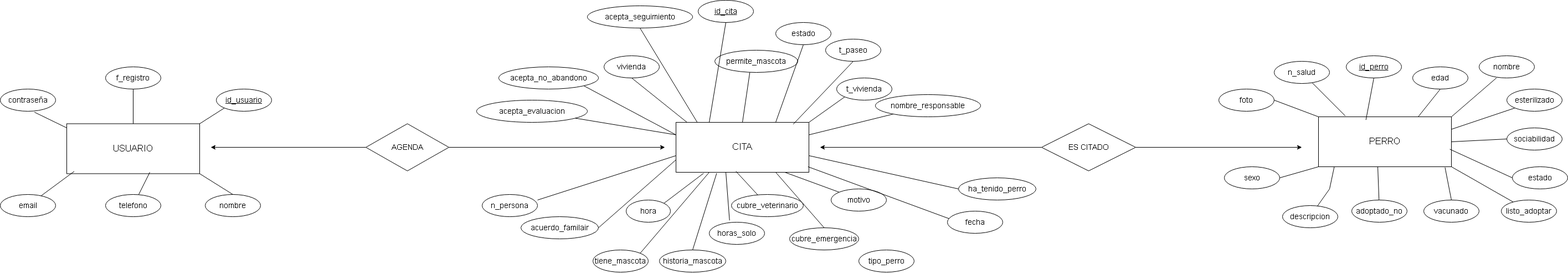
This is docs/Modelo ER.drawio.png from Jota202010/Pet-adoption-project-PDA-, a draw.io export, as it was before one commit. Source tidied: cells renumbered, new cells last; positions are measured from the earlier drawing's top-left corner, leaving out a move shared by most shapes. Source of this version:
```xml
<mxGraphModel>
  <root>
    <mxCell id="0" />
    <mxCell id="1" parent="0" />
    <mxCell id="2" value="id_usuario" style="ellipse;whiteSpace=wrap;html=1;align=center;fontStyle=4;fontSize=14;" parent="1" vertex="1">
      <mxGeometry x="390" y="160" width="100" height="40" as="geometry" />
    </mxCell>
    <mxCell id="3" value="email" style="ellipse;whiteSpace=wrap;html=1;align=center;fontSize=14;" parent="1" vertex="1">
      <mxGeometry y="350" width="100" height="40" as="geometry" />
    </mxCell>
    <mxCell id="4" value="contraseña" style="ellipse;whiteSpace=wrap;html=1;align=center;fontSize=14;" parent="1" vertex="1">
      <mxGeometry y="160" width="100" height="40" as="geometry" />
    </mxCell>
    <mxCell id="5" value="f_registro" style="ellipse;whiteSpace=wrap;html=1;align=center;fontSize=14;" parent="1" vertex="1">
      <mxGeometry x="190" y="120" width="100" height="40" as="geometry" />
    </mxCell>
    <mxCell id="6" value="telefono" style="ellipse;whiteSpace=wrap;html=1;align=center;fontSize=14;" parent="1" vertex="1">
      <mxGeometry x="190" y="350" width="100" height="40" as="geometry" />
    </mxCell>
    <mxCell id="7" value="nombre" style="ellipse;whiteSpace=wrap;html=1;align=center;fontSize=14;" parent="1" vertex="1">
      <mxGeometry x="370" y="350" width="100" height="40" as="geometry" />
    </mxCell>
    <mxCell id="8" value="CITA" style="rounded=0;whiteSpace=wrap;html=1;fontSize=17;" parent="1" vertex="1">
      <mxGeometry x="1220" y="220" width="240" height="90" as="geometry" />
    </mxCell>
    <mxCell id="9" value="id_cita" style="ellipse;whiteSpace=wrap;html=1;align=center;fontStyle=4;fontSize=14;" parent="1" vertex="1">
      <mxGeometry x="1260" width="100" height="40" as="geometry" />
    </mxCell>
    <mxCell id="10" value="acepta_seguimiento" style="ellipse;whiteSpace=wrap;html=1;align=center;fontSize=14;" parent="1" vertex="1">
      <mxGeometry x="1060" y="10" width="190" height="40" as="geometry" />
    </mxCell>
    <mxCell id="11" value="motivo" style="ellipse;whiteSpace=wrap;html=1;align=center;fontSize=14;" parent="1" vertex="1">
      <mxGeometry x="1500" y="340" width="100" height="40" as="geometry" />
    </mxCell>
    <mxCell id="12" value="n_persona" style="ellipse;whiteSpace=wrap;html=1;align=center;fontSize=14;" parent="1" vertex="1">
      <mxGeometry x="870" y="350" width="100" height="40" as="geometry" />
    </mxCell>
    <mxCell id="13" value="historia_mascota" style="ellipse;whiteSpace=wrap;html=1;align=center;fontSize=14;" parent="1" vertex="1">
      <mxGeometry x="1190" y="450" width="120" height="40" as="geometry" />
    </mxCell>
    <mxCell id="14" value="tiene_mascota" style="ellipse;whiteSpace=wrap;html=1;align=center;fontSize=14;" parent="1" vertex="1">
      <mxGeometry x="1070" y="450" width="100" height="40" as="geometry" />
    </mxCell>
    <mxCell id="15" value="tipo_perro" style="ellipse;whiteSpace=wrap;html=1;align=center;fontSize=14;" parent="1" vertex="1">
      <mxGeometry x="1550" y="450" width="100" height="40" as="geometry" />
    </mxCell>
    <mxCell id="16" value="cubre_veterinario" style="ellipse;whiteSpace=wrap;html=1;align=center;fontSize=14;" parent="1" vertex="1">
      <mxGeometry x="1320" y="350" width="130" height="40" as="geometry" />
    </mxCell>
    <mxCell id="17" value="acuerdo_familair" style="ellipse;whiteSpace=wrap;html=1;align=center;fontSize=14;" parent="1" vertex="1">
      <mxGeometry x="940" y="390" width="140" height="40" as="geometry" />
    </mxCell>
    <mxCell id="18" value="vivienda" style="ellipse;whiteSpace=wrap;html=1;align=center;fontSize=14;" parent="1" vertex="1">
      <mxGeometry x="1090" y="100" width="100" height="40" as="geometry" />
    </mxCell>
    <mxCell id="19" value="t_paseo" style="ellipse;whiteSpace=wrap;html=1;align=center;fontSize=14;" parent="1" vertex="1">
      <mxGeometry x="1490" y="70" width="100" height="40" as="geometry" />
    </mxCell>
    <mxCell id="20" value="nombre_responsable" style="ellipse;whiteSpace=wrap;html=1;align=center;fontSize=14;" parent="1" vertex="1">
      <mxGeometry x="1580" y="170" width="190" height="40" as="geometry" />
    </mxCell>
    <mxCell id="21" value="hora" style="ellipse;whiteSpace=wrap;html=1;align=center;fontSize=14;" parent="1" vertex="1">
      <mxGeometry x="1130" y="360" width="80" height="40" as="geometry" />
    </mxCell>
    <mxCell id="22" value="ha_tenido_perro" style="ellipse;whiteSpace=wrap;html=1;align=center;fontSize=14;" parent="1" vertex="1">
      <mxGeometry x="1730" y="320" width="140" height="40" as="geometry" />
    </mxCell>
    <mxCell id="23" value="cubre_emergencia" style="ellipse;whiteSpace=wrap;html=1;align=center;fontSize=14;" parent="1" vertex="1">
      <mxGeometry x="1425" y="410" width="125" height="40" as="geometry" />
    </mxCell>
    <mxCell id="24" value="acepta_evaluacion" style="ellipse;whiteSpace=wrap;html=1;align=center;fontSize=14;" parent="1" vertex="1">
      <mxGeometry x="860" y="180" width="200" height="40" as="geometry" />
    </mxCell>
    <mxCell id="25" value="horas_solo" style="ellipse;whiteSpace=wrap;html=1;align=center;fontSize=14;" parent="1" vertex="1">
      <mxGeometry x="1280" y="400" width="100" height="40" as="geometry" />
    </mxCell>
    <mxCell id="26" value="estado" style="ellipse;whiteSpace=wrap;html=1;align=center;fontSize=14;" parent="1" vertex="1">
      <mxGeometry x="1400" y="40" width="100" height="40" as="geometry" />
    </mxCell>
    <mxCell id="27" value="permite_mascota" style="ellipse;whiteSpace=wrap;html=1;align=center;fontSize=14;" parent="1" vertex="1">
      <mxGeometry x="1290" y="90" width="150" height="40" as="geometry" />
    </mxCell>
    <mxCell id="28" value="t_vivienda" style="ellipse;whiteSpace=wrap;html=1;align=center;fontSize=14;" parent="1" vertex="1">
      <mxGeometry x="1510" y="140" width="100" height="40" as="geometry" />
    </mxCell>
    <mxCell id="29" value="acepta_no_abandono" style="ellipse;whiteSpace=wrap;html=1;align=center;fontSize=14;" parent="1" vertex="1">
      <mxGeometry x="900" y="120" width="180" height="40" as="geometry" />
    </mxCell>
    <mxCell id="30" style="endArrow=none;html=1;rounded=0;exitX=0;exitY=0.25;exitDx=0;exitDy=0;" parent="1" edge="1" source="8" target="24">
      <mxGeometry relative="1" as="geometry" />
    </mxCell>
    <mxCell id="31" style="endArrow=none;html=1;rounded=0;exitX=0;exitY=0;exitDx=0;exitDy=0;entryX=0.819;entryY=1;entryDx=0;entryDy=0;entryPerimeter=0;" parent="1" edge="1" source="11" target="8">
      <mxGeometry relative="1" as="geometry" />
    </mxCell>
    <mxCell id="32" style="endArrow=none;html=1;rounded=0;exitX=0.5;exitY=0;exitDx=0;exitDy=0;entryX=0.422;entryY=1;entryDx=0;entryDy=0;entryPerimeter=0;" parent="1" edge="1" source="8" target="27">
      <mxGeometry relative="1" as="geometry" />
    </mxCell>
    <mxCell id="33" style="endArrow=none;html=1;rounded=0;entryX=0.5;entryY=1;entryDx=0;entryDy=0;exitX=0.083;exitY=0;exitDx=0;exitDy=0;exitPerimeter=0;" parent="1" edge="1" source="8" target="18">
      <mxGeometry relative="1" as="geometry" />
    </mxCell>
    <mxCell id="34" style="endArrow=none;html=1;rounded=0;entryX=1;entryY=0.5;entryDx=0;entryDy=0;exitX=0;exitY=0.75;exitDx=0;exitDy=0;" parent="1" edge="1" source="8" target="17">
      <mxGeometry relative="1" as="geometry" />
    </mxCell>
    <mxCell id="35" style="endArrow=none;html=1;rounded=0;entryX=0.208;entryY=1.019;entryDx=0;entryDy=0;entryPerimeter=0;exitX=1;exitY=0;exitDx=0;exitDy=0;" parent="1" edge="1" source="21" target="8">
      <mxGeometry relative="1" as="geometry" />
    </mxCell>
    <mxCell id="36" style="endArrow=none;html=1;rounded=0;entryX=1;entryY=0.25;entryDx=0;entryDy=0;" parent="1" edge="1" source="20" target="8">
      <mxGeometry relative="1" as="geometry" />
    </mxCell>
    <mxCell id="37" style="endArrow=none;html=1;rounded=0;entryX=0.451;entryY=0.981;entryDx=0;entryDy=0;entryPerimeter=0;" parent="1" edge="1" source="16" target="8">
      <mxGeometry relative="1" as="geometry" />
    </mxCell>
    <mxCell id="38" style="endArrow=none;html=1;rounded=0;entryX=0.25;entryY=0;entryDx=0;entryDy=0;exitX=0.5;exitY=1;exitDx=0;exitDy=0;" parent="1" edge="1" source="9" target="8">
      <mxGeometry relative="1" as="geometry" />
    </mxCell>
    <mxCell id="39" style="endArrow=none;html=1;rounded=0;entryX=0.16;entryY=0;entryDx=0;entryDy=0;entryPerimeter=0;exitX=0.5;exitY=1;exitDx=0;exitDy=0;" parent="1" edge="1" source="10" target="8">
      <mxGeometry relative="1" as="geometry" />
    </mxCell>
    <mxCell id="40" style="endArrow=none;html=1;rounded=0;entryX=0;entryY=1;entryDx=0;entryDy=0;exitX=1;exitY=0;exitDx=0;exitDy=0;" parent="1" edge="1" source="8" target="28">
      <mxGeometry relative="1" as="geometry" />
    </mxCell>
    <mxCell id="41" style="endArrow=none;html=1;rounded=0;exitX=0.882;exitY=0.037;exitDx=0;exitDy=0;exitPerimeter=0;entryX=0.5;entryY=1;entryDx=0;entryDy=0;" parent="1" edge="1" source="8" target="19">
      <mxGeometry relative="1" as="geometry" />
    </mxCell>
    <mxCell id="42" style="endArrow=none;html=1;rounded=0;exitX=0;exitY=0.25;exitDx=0;exitDy=0;entryX=1;entryY=1;entryDx=0;entryDy=0;" parent="1" edge="1" source="8" target="29">
      <mxGeometry relative="1" as="geometry" />
    </mxCell>
    <mxCell id="43" style="endArrow=none;html=1;rounded=0;entryX=0.306;entryY=1.019;entryDx=0;entryDy=0;entryPerimeter=0;exitX=0.5;exitY=0;exitDx=0;exitDy=0;" parent="1" edge="1" source="13" target="8">
      <mxGeometry relative="1" as="geometry" />
    </mxCell>
    <mxCell id="44" style="endArrow=none;html=1;rounded=0;entryX=0.25;entryY=1;entryDx=0;entryDy=0;exitX=1;exitY=0;exitDx=0;exitDy=0;" parent="1" edge="1" source="14" target="8">
      <mxGeometry relative="1" as="geometry" />
    </mxCell>
    <mxCell id="45" style="endArrow=none;html=1;rounded=0;entryX=0.75;entryY=1;entryDx=0;entryDy=0;exitX=0.5;exitY=0;exitDx=0;exitDy=0;" parent="1" edge="1" source="23" target="8">
      <mxGeometry relative="1" as="geometry" />
    </mxCell>
    <mxCell id="46" style="endArrow=none;html=1;rounded=0;entryX=0.375;entryY=1;entryDx=0;entryDy=0;entryPerimeter=0;exitX=0.367;exitY=-0.083;exitDx=0;exitDy=0;exitPerimeter=0;" parent="1" edge="1" source="25" target="8">
      <mxGeometry relative="1" as="geometry" />
    </mxCell>
    <mxCell id="47" style="endArrow=none;html=1;rounded=0;exitX=1;exitY=0.25;exitDx=0;exitDy=0;exitPerimeter=0;" parent="1" edge="1" source="12">
      <mxGeometry relative="1" as="geometry">
        <mxPoint x="1220" y="280" as="targetPoint" />
      </mxGeometry>
    </mxCell>
    <mxCell id="48" style="endArrow=none;html=1;rounded=0;exitX=0.75;exitY=0;exitDx=0;exitDy=0;entryX=0.5;entryY=1;entryDx=0;entryDy=0;" parent="1" edge="1" source="8" target="26">
      <mxGeometry relative="1" as="geometry" />
    </mxCell>
    <mxCell id="49" style="endArrow=none;html=1;rounded=0;entryX=0.993;entryY=0.889;entryDx=0;entryDy=0;entryPerimeter=0;exitX=0;exitY=1;exitDx=0;exitDy=0;" parent="1" edge="1" target="8">
      <mxGeometry relative="1" as="geometry">
        <mxPoint x="1714.6" y="394.1" as="sourcePoint" />
      </mxGeometry>
    </mxCell>
    <mxCell id="50" value="fecha" style="ellipse;whiteSpace=wrap;html=1;align=center;fontSize=14;" parent="1" vertex="1">
      <mxGeometry x="1710" y="380" width="100" height="40" as="geometry" />
    </mxCell>
    <mxCell id="51" style="endArrow=none;html=1;rounded=0;entryX=1;entryY=0.75;entryDx=0;entryDy=0;exitX=0;exitY=0.5;exitDx=0;exitDy=0;" parent="1" edge="1" source="22">
      <mxGeometry relative="1" as="geometry">
        <mxPoint x="1460" y="280" as="targetPoint" />
      </mxGeometry>
    </mxCell>
    <mxCell id="52" style="edgeStyle=orthogonalEdgeStyle;rounded=0;jettySize=auto;html=1;" parent="1" edge="1" source="54">
      <mxGeometry relative="1" as="geometry">
        <mxPoint x="1200" y="265" as="targetPoint" />
      </mxGeometry>
    </mxCell>
    <mxCell id="53" style="edgeStyle=orthogonalEdgeStyle;rounded=0;jettySize=auto;html=1;" parent="1" edge="1" source="54">
      <mxGeometry relative="1" as="geometry">
        <mxPoint x="380" y="265" as="targetPoint" />
      </mxGeometry>
    </mxCell>
    <mxCell id="54" value="AGENDA" style="shape=rhombus;perimeter=rhombusPerimeter;whiteSpace=wrap;html=1;align=center;fontSize=14;" parent="1" vertex="1">
      <mxGeometry x="660" y="222.5" width="150" height="85" as="geometry" />
    </mxCell>
    <mxCell id="55" style="edgeStyle=orthogonalEdgeStyle;rounded=0;jettySize=auto;html=1;" parent="1" edge="1" source="57">
      <mxGeometry relative="1" as="geometry">
        <mxPoint x="2350" y="265" as="targetPoint" />
      </mxGeometry>
    </mxCell>
    <mxCell id="56" style="edgeStyle=orthogonalEdgeStyle;rounded=0;jettySize=auto;html=1;" parent="1" edge="1" source="57">
      <mxGeometry relative="1" as="geometry">
        <mxPoint x="1480" y="265" as="targetPoint" />
      </mxGeometry>
    </mxCell>
    <mxCell id="57" value="ES CITADO" style="shape=rhombus;perimeter=rhombusPerimeter;whiteSpace=wrap;html=1;align=center;fontSize=14;" parent="1" vertex="1">
      <mxGeometry x="1880" y="222.5" width="170" height="85" as="geometry" />
    </mxCell>
    <mxCell id="58" value="USUARIO" style="rounded=0;whiteSpace=wrap;html=1;fontSize=17;" parent="1" vertex="1">
      <mxGeometry x="120" y="222.5" width="240" height="90" as="geometry" />
    </mxCell>
    <mxCell id="59" value="PERRO" style="rounded=0;whiteSpace=wrap;html=1;fontSize=17;" parent="1" vertex="1">
      <mxGeometry x="2380" y="210" width="240" height="90" as="geometry" />
    </mxCell>
    <mxCell id="60" style="endArrow=none;html=1;rounded=0;exitX=1;exitY=1;exitDx=0;exitDy=0;entryX=0.5;entryY=0;entryDx=0;entryDy=0;" parent="1" edge="1" source="58" target="7">
      <mxGeometry relative="1" as="geometry" />
    </mxCell>
    <mxCell id="61" style="endArrow=none;html=1;rounded=0;entryX=0.625;entryY=0.972;entryDx=0;entryDy=0;entryPerimeter=0;" parent="1" edge="1" source="6" target="58">
      <mxGeometry relative="1" as="geometry" />
    </mxCell>
    <mxCell id="62" style="endArrow=none;html=1;rounded=0;exitX=1;exitY=0;exitDx=0;exitDy=0;entryX=0;entryY=1;entryDx=0;entryDy=0;" parent="1" edge="1" source="58" target="2">
      <mxGeometry relative="1" as="geometry" />
    </mxCell>
    <mxCell id="63" style="endArrow=none;html=1;rounded=0;" parent="1" edge="1" source="58">
      <mxGeometry relative="1" as="geometry">
        <mxPoint x="240" y="160" as="targetPoint" />
      </mxGeometry>
    </mxCell>
    <mxCell id="64" style="endArrow=none;html=1;rounded=0;entryX=0.617;entryY=1.042;entryDx=0;entryDy=0;entryPerimeter=0;exitX=0;exitY=0.083;exitDx=0;exitDy=0;exitPerimeter=0;" parent="1" edge="1" source="58" target="4">
      <mxGeometry relative="1" as="geometry" />
    </mxCell>
    <mxCell id="65" style="endArrow=none;html=1;rounded=0;entryX=0.056;entryY=0.954;entryDx=0;entryDy=0;entryPerimeter=0;" parent="1" edge="1" source="3" target="58">
      <mxGeometry relative="1" as="geometry" />
    </mxCell>
    <mxCell id="66" value="vacunado" style="ellipse;whiteSpace=wrap;html=1;align=center;fontSize=14;" parent="1" vertex="1">
      <mxGeometry x="2570" y="360" width="100" height="40" as="geometry" />
    </mxCell>
    <mxCell id="67" value="sociabilidad" style="ellipse;whiteSpace=wrap;html=1;align=center;fontSize=14;" parent="1" vertex="1">
      <mxGeometry x="2720" y="230" width="100" height="40" as="geometry" />
    </mxCell>
    <mxCell id="68" value="esterilizado" style="ellipse;whiteSpace=wrap;html=1;align=center;fontSize=14;" parent="1" vertex="1">
      <mxGeometry x="2720" y="160" width="100" height="40" as="geometry" />
    </mxCell>
    <mxCell id="69" value="listo_adoptar" style="ellipse;whiteSpace=wrap;html=1;align=center;fontSize=14;" parent="1" vertex="1">
      <mxGeometry x="2710" y="360" width="100" height="40" as="geometry" />
    </mxCell>
    <mxCell id="70" value="n_salud" style="ellipse;whiteSpace=wrap;html=1;align=center;fontSize=14;" parent="1" vertex="1">
      <mxGeometry x="2300" y="110" width="100" height="40" as="geometry" />
    </mxCell>
    <mxCell id="71" value="sexo" style="ellipse;whiteSpace=wrap;html=1;align=center;fontSize=14;" parent="1" vertex="1">
      <mxGeometry x="2210" y="300" width="100" height="40" as="geometry" />
    </mxCell>
    <mxCell id="72" value="adoptado_no" style="ellipse;whiteSpace=wrap;html=1;align=center;fontSize=14;" parent="1" vertex="1">
      <mxGeometry x="2440" y="360" width="100" height="40" as="geometry" />
    </mxCell>
    <mxCell id="73" value="descripcion" style="ellipse;whiteSpace=wrap;html=1;align=center;fontSize=14;" parent="1" vertex="1">
      <mxGeometry x="2315" y="370" width="100" height="40" as="geometry" />
    </mxCell>
    <mxCell id="74" value="estado" style="ellipse;whiteSpace=wrap;html=1;align=center;fontSize=14;" parent="1" vertex="1">
      <mxGeometry x="2730" y="300" width="100" height="40" as="geometry" />
    </mxCell>
    <mxCell id="75" value="edad" style="ellipse;whiteSpace=wrap;html=1;align=center;fontSize=14;" parent="1" vertex="1">
      <mxGeometry x="2550" y="120" width="100" height="40" as="geometry" />
    </mxCell>
    <mxCell id="76" value="nombre" style="ellipse;whiteSpace=wrap;html=1;align=center;fontSize=14;" parent="1" vertex="1">
      <mxGeometry x="2670" y="100" width="100" height="40" as="geometry" />
    </mxCell>
    <mxCell id="77" value="foto" style="ellipse;whiteSpace=wrap;html=1;align=center;fontSize=14;" parent="1" vertex="1">
      <mxGeometry x="2200" y="160" width="100" height="40" as="geometry" />
    </mxCell>
    <mxCell id="78" value="id_perro" style="ellipse;whiteSpace=wrap;html=1;align=center;fontStyle=4;fontSize=14;" parent="1" vertex="1">
      <mxGeometry x="2430" y="100" width="100" height="40" as="geometry" />
    </mxCell>
    <mxCell id="79" style="endArrow=none;html=1;rounded=0;entryX=0;entryY=1;entryDx=0;entryDy=0;exitX=1;exitY=0.5;exitDx=0;exitDy=0;" parent="1" edge="1" source="71" target="59">
      <mxGeometry relative="1" as="geometry" />
    </mxCell>
    <mxCell id="80" style="endArrow=none;html=1;rounded=0;entryX=0.119;entryY=0.998;entryDx=0;entryDy=0;entryPerimeter=0;" parent="1" edge="1" source="73" target="59">
      <mxGeometry relative="1" as="geometry">
        <Array as="points">
          <mxPoint x="2400" y="340" />
        </Array>
      </mxGeometry>
    </mxCell>
    <mxCell id="81" style="endArrow=none;html=1;rounded=0;entryX=0.446;entryY=0.998;entryDx=0;entryDy=0;entryPerimeter=0;" parent="1" edge="1" source="72" target="59">
      <mxGeometry relative="1" as="geometry" />
    </mxCell>
    <mxCell id="82" style="endArrow=none;html=1;rounded=0;entryX=0.952;entryY=1.014;entryDx=0;entryDy=0;entryPerimeter=0;exitX=0.5;exitY=0;exitDx=0;exitDy=0;" parent="1" edge="1" source="66" target="59">
      <mxGeometry relative="1" as="geometry" />
    </mxCell>
    <mxCell id="83" style="endArrow=none;html=1;rounded=0;entryX=1;entryY=1;entryDx=0;entryDy=0;" parent="1" edge="1" source="69" target="59">
      <mxGeometry relative="1" as="geometry" />
    </mxCell>
    <mxCell id="84" style="endArrow=none;html=1;rounded=0;entryX=0.988;entryY=0.649;entryDx=0;entryDy=0;entryPerimeter=0;exitX=0;exitY=0.5;exitDx=0;exitDy=0;" parent="1" edge="1" source="74" target="59">
      <mxGeometry relative="1" as="geometry" />
    </mxCell>
    <mxCell id="85" style="endArrow=none;html=1;rounded=0;entryX=1;entryY=0.5;entryDx=0;entryDy=0;exitX=0;exitY=0.5;exitDx=0;exitDy=0;" parent="1" edge="1" source="67" target="59">
      <mxGeometry relative="1" as="geometry" />
    </mxCell>
    <mxCell id="86" style="endArrow=none;html=1;rounded=0;exitX=0;exitY=0;exitDx=0;exitDy=0;entryX=1;entryY=0.5;entryDx=0;entryDy=0;" parent="1" edge="1" source="59" target="77">
      <mxGeometry relative="1" as="geometry" />
    </mxCell>
    <mxCell id="87" style="endArrow=none;html=1;rounded=0;entryX=0.202;entryY=-0.017;entryDx=0;entryDy=0;entryPerimeter=0;" parent="1" edge="1" source="70" target="59">
      <mxGeometry relative="1" as="geometry" />
    </mxCell>
    <mxCell id="88" style="endArrow=none;html=1;rounded=0;entryX=0.357;entryY=0.062;entryDx=0;entryDy=0;entryPerimeter=0;exitX=0.5;exitY=1;exitDx=0;exitDy=0;" parent="1" edge="1" source="78" target="59">
      <mxGeometry relative="1" as="geometry" />
    </mxCell>
    <mxCell id="89" style="endArrow=none;html=1;rounded=0;entryX=0.75;entryY=0;entryDx=0;entryDy=0;exitX=0.5;exitY=1;exitDx=0;exitDy=0;" parent="1" edge="1" source="75" target="59">
      <mxGeometry relative="1" as="geometry" />
    </mxCell>
    <mxCell id="90" style="endArrow=none;html=1;rounded=0;exitX=0.314;exitY=0.996;exitDx=0;exitDy=0;exitPerimeter=0;entryX=1;entryY=0;entryDx=0;entryDy=0;" parent="1" edge="1" source="76" target="59">
      <mxGeometry relative="1" as="geometry" />
    </mxCell>
    <mxCell id="91" style="endArrow=none;html=1;rounded=0;exitX=1;exitY=0.25;exitDx=0;exitDy=0;entryX=0;entryY=1;entryDx=0;entryDy=0;" parent="1" edge="1" source="59" target="68">
      <mxGeometry relative="1" as="geometry" />
    </mxCell>
  </root>
</mxGraphModel>
```
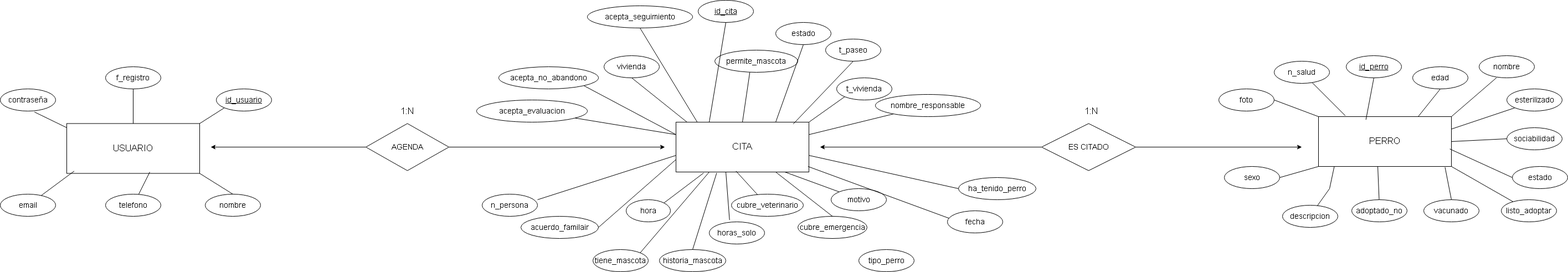
The same diagram one commit later.

Diff of the diagram source:
```diff
@@ -66,7 +66,7 @@
       <mxGeometry x="1730" y="320" width="140" height="40" as="geometry" />
     </mxCell>
     <mxCell id="23" value="cubre_emergencia" style="ellipse;whiteSpace=wrap;html=1;align=center;fontSize=14;" parent="1" vertex="1">
-      <mxGeometry x="1425" y="410" width="125" height="40" as="geometry" />
+      <mxGeometry x="1440" y="390" width="125" height="40" as="geometry" />
     </mxCell>
     <mxCell id="24" value="acepta_evaluacion" style="ellipse;whiteSpace=wrap;html=1;align=center;fontSize=14;" parent="1" vertex="1">
       <mxGeometry x="860" y="180" width="200" height="40" as="geometry" />
@@ -292,5 +292,11 @@
     <mxCell id="91" style="endArrow=none;html=1;rounded=0;exitX=1;exitY=0.25;exitDx=0;exitDy=0;entryX=0;entryY=1;entryDx=0;entryDy=0;" parent="1" edge="1" source="59" target="68">
       <mxGeometry relative="1" as="geometry" />
     </mxCell>
+    <mxCell id="92" value="1:N" style="text;html=1;whiteSpace=wrap;strokeColor=none;fillColor=none;align=center;verticalAlign=middle;rounded=0;fontSize=16;" parent="1" vertex="1">
+      <mxGeometry x="705" y="185" width="60" height="30" as="geometry" />
+    </mxCell>
+    <mxCell id="93" value="1:N" style="text;html=1;whiteSpace=wrap;strokeColor=none;fillColor=none;align=center;verticalAlign=middle;rounded=0;fontSize=16;" parent="1" vertex="1">
+      <mxGeometry x="1940" y="185" width="60" height="30" as="geometry" />
+    </mxCell>
   </root>
 </mxGraphModel>
```
